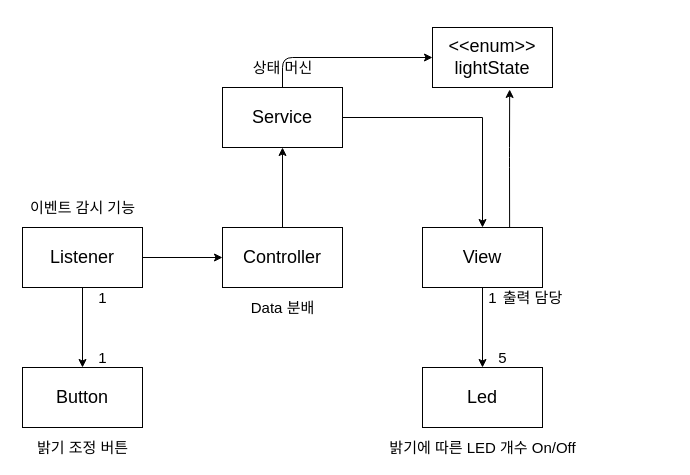
The draw.io diagram page "페이지-1" (1 of 2) of sw_design/architecture.drawio in KangSY96/StandLight_Clock, before the edit. Source tidied: cells renumbered, new cells numbered last; positions are measured from the earlier drawing's top-left corner, leaving out a move shared by most shapes. Both pictures are drawn from the tidied source at 100%, with x=0, y=0 at pixel (17, 27).
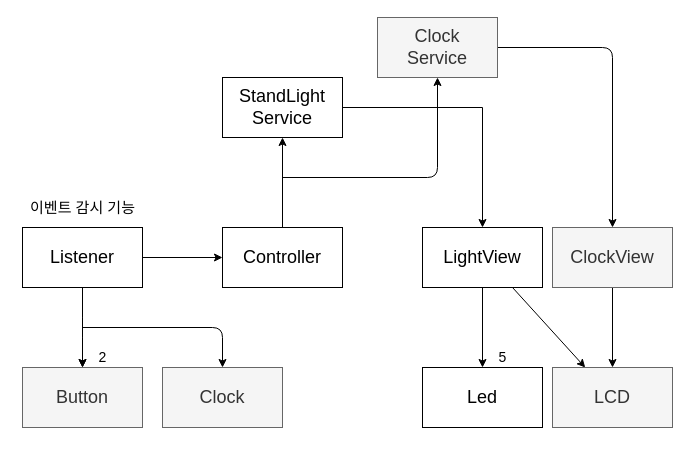
The same page after the edit.

Unchanged cells that the change refers to:
```xml
<mxCell id="5" value="Listener" style="whiteSpace=wrap;html=1;fontSize=18;" parent="1" vertex="1">
  <mxGeometry x="5" y="200" width="120" height="60" as="geometry" />
</mxCell>
```

What changed in the source:
```diff
@@
-    <mxCell id="2" value="Button" style="whiteSpace=wrap;html=1;fontSize=18;" parent="1" vertex="1">
+    <mxCell id="2" value="Button" style="whiteSpace=wrap;html=1;fontSize=18;fillColor=#f5f5f5;fontColor=#333333;strokeColor=#666666;" parent="1" vertex="1">
       <mxGeometry x="5" y="340" width="120" height="60" as="geometry" />
     </mxCell>
     <mxCell id="3" style="edgeStyle=none;html=1;fontSize=18;" parent="1" edge="1" source="5" target="2">
-      <mxGeometry relative="1" as="geometry" />
+      <mxGeometry relative="1" as="geometry">
+        <Array as="points">
+          <mxPoint x="65" y="300" />
+        </Array>
+      </mxGeometry>
     </mxCell>
@@
+    <mxCell id="26" style="edgeStyle=none;html=1;entryX=0.5;entryY=1;entryDx=0;entryDy=0;" parent="1" edge="1" target="25">
+      <mxGeometry relative="1" as="geometry">
+        <mxPoint x="265" y="150" as="sourcePoint" />
+        <Array as="points">
+          <mxPoint x="420" y="150" />
+        </Array>
+      </mxGeometry>
+    </mxCell>
@@
+    <mxCell id="27" style="edgeStyle=none;html=1;exitX=0.75;exitY=1;exitDx=0;exitDy=0;" parent="1" edge="1" source="9" target="31">
+      <mxGeometry relative="1" as="geometry" />
+    </mxCell>
-    <mxCell id="9" value="View" style="whiteSpace=wrap;html=1;fontSize=18;" parent="1" vertex="1">
+    <mxCell id="9" value="LightView" style="whiteSpace=wrap;html=1;fontSize=18;" parent="1" vertex="1">
       <mxGeometry x="405" y="200" width="120" height="60" as="geometry" />
     </mxCell>
@@
-    <mxCell id="12" value="Service" style="whiteSpace=wrap;html=1;fontSize=18;" parent="1" vertex="1">
-      <mxGeometry x="205" y="60" width="120" height="60" as="geometry" />
+    <mxCell id="12" value="StandLight&lt;br&gt;Service" style="whiteSpace=wrap;html=1;fontSize=18;" parent="1" vertex="1">
+      <mxGeometry x="205" y="50" width="120" height="60" as="geometry" />
     </mxCell>
@@
-    <mxCell id="14" value="Data 분배" style="text;html=1;align=center;verticalAlign=middle;fillColor=none;strokeColor=none;rounded=0;fontSize=15;" parent="1" vertex="1">
-      <mxGeometry x="225" y="270" width="80" height="20" as="geometry" />
-    </mxCell>
-    <mxCell id="15" value="출력 담당" style="text;html=1;align=center;verticalAlign=middle;fillColor=none;strokeColor=none;rounded=0;fontSize=15;" parent="1" vertex="1">
-      <mxGeometry x="475" y="260" width="80" height="20" as="geometry" />
-    </mxCell>
-    <mxCell id="16" value="밝기 조정 버튼" style="text;html=1;align=center;verticalAlign=middle;fillColor=none;strokeColor=none;rounded=0;fontSize=15;" parent="1" vertex="1">
-      <mxGeometry x="10" y="410" width="110" height="20" as="geometry" />
-    </mxCell>
-    <mxCell id="17" value="밝기에 따른 LED 개수 On/Off" style="text;html=1;align=center;verticalAlign=middle;fillColor=none;strokeColor=none;rounded=0;fontSize=15;" parent="1" vertex="1">
-      <mxGeometry x="360" y="410" width="210" height="20" as="geometry" />
-    </mxCell>
-    <mxCell id="18" value="1" style="text;html=1;align=center;verticalAlign=middle;fillColor=none;strokeColor=none;rounded=0;fontSize=15;" parent="1" vertex="1">
-      <mxGeometry x="75" y="320" width="20" height="20" as="geometry" />
-    </mxCell>
-    <mxCell id="19" value="1" style="text;html=1;align=center;verticalAlign=middle;fillColor=none;strokeColor=none;rounded=0;fontSize=15;" parent="1" vertex="1">
-      <mxGeometry x="75" y="260" width="20" height="20" as="geometry" />
-    </mxCell>
+    <mxCell id="28" style="edgeStyle=none;html=1;exitX=1;exitY=0.5;exitDx=0;exitDy=0;entryX=0.5;entryY=0;entryDx=0;entryDy=0;" parent="1" edge="1" source="25" target="30">
+      <mxGeometry relative="1" as="geometry">
+        <Array as="points">
+          <mxPoint x="595" y="20" />
+        </Array>
+      </mxGeometry>
+    </mxCell>
+    <mxCell id="25" value="Clock&lt;br&gt;Service" style="whiteSpace=wrap;html=1;fontSize=18;fillColor=#f5f5f5;fontColor=#333333;strokeColor=#666666;" parent="1" vertex="1">
+      <mxGeometry x="360" y="-10" width="120" height="60" as="geometry" />
+    </mxCell>
+    <mxCell id="29" style="edgeStyle=none;html=1;exitX=0.5;exitY=1;exitDx=0;exitDy=0;entryX=0.5;entryY=0;entryDx=0;entryDy=0;" parent="1" edge="1" source="30" target="31">
+      <mxGeometry relative="1" as="geometry" />
+    </mxCell>
+    <mxCell id="30" value="ClockView" style="whiteSpace=wrap;html=1;fontSize=18;fillColor=#f5f5f5;fontColor=#333333;strokeColor=#666666;" parent="1" vertex="1">
+      <mxGeometry x="535" y="200" width="120" height="60" as="geometry" />
+    </mxCell>
+    <mxCell id="31" value="LCD" style="whiteSpace=wrap;html=1;fontSize=18;fillColor=#f5f5f5;fontColor=#333333;strokeColor=#666666;" parent="1" vertex="1">
+      <mxGeometry x="535" y="340" width="120" height="60" as="geometry" />
+    </mxCell>
+    <mxCell id="32" value="&lt;font style=&quot;font-size: 14px&quot;&gt;2&lt;/font&gt;" style="text;html=1;align=center;verticalAlign=middle;fillColor=none;strokeColor=none;rounded=0;" parent="1" vertex="1">
+      <mxGeometry x="75" y="320" width="20" height="20" as="geometry" />
+    </mxCell>
-    <mxCell id="20" value="5" style="text;html=1;align=center;verticalAlign=middle;fillColor=none;strokeColor=none;rounded=0;fontSize=15;" parent="1" vertex="1">
+    <mxCell id="20" value="&lt;font style=&quot;font-size: 14px&quot;&gt;5&lt;/font&gt;" style="text;html=1;align=center;verticalAlign=middle;fillColor=none;strokeColor=none;rounded=0;" parent="1" vertex="1">
       <mxGeometry x="475" y="320" width="20" height="20" as="geometry" />
     </mxCell>
-    <mxCell id="21" value="1" style="text;html=1;align=center;verticalAlign=middle;fillColor=none;strokeColor=none;rounded=0;fontSize=15;" parent="1" vertex="1">
-      <mxGeometry x="465" y="260" width="20" height="20" as="geometry" />
-    </mxCell>
-    <mxCell id="22" value="상태 머신" style="text;html=1;align=center;verticalAlign=middle;fillColor=none;strokeColor=none;rounded=0;fontSize=15;" parent="1" vertex="1">
-      <mxGeometry x="225" y="30" width="80" height="20" as="geometry" />
-    </mxCell>
-    <mxCell id="23" value="&amp;lt;&amp;lt;enum&amp;gt;&amp;gt;&lt;br&gt;lightState" style="whiteSpace=wrap;html=1;fontSize=18;" parent="1" vertex="1">
-      <mxGeometry x="415" width="120" height="60" as="geometry" />
-    </mxCell>
-    <mxCell id="24" style="endArrow=classic;html=1;fontSize=15;exitX=0.5;exitY=0;exitDx=0;exitDy=0;entryX=0;entryY=0.5;entryDx=0;entryDy=0;" parent="1" edge="1" source="12" target="23">
-      <mxGeometry relative="1" as="geometry">
-        <Array as="points">
-          <mxPoint x="265" y="30" />
-        </Array>
-      </mxGeometry>
-    </mxCell>
-    <mxCell id="25" style="endArrow=classic;html=1;fontSize=15;entryX=0.643;entryY=1.033;entryDx=0;entryDy=0;entryPerimeter=0;exitX=0.726;exitY=0;exitDx=0;exitDy=0;exitPerimeter=0;" parent="1" edge="1" source="9" target="23">
-      <mxGeometry relative="1" as="geometry">
-        <Array as="points">
-          <mxPoint x="492" y="130" />
-        </Array>
-      </mxGeometry>
-    </mxCell>
+    <mxCell id="33" value="Clock" style="whiteSpace=wrap;html=1;fontSize=18;fillColor=#f5f5f5;fontColor=#333333;strokeColor=#666666;" parent="1" vertex="1">
+      <mxGeometry x="145" y="340" width="120" height="60" as="geometry" />
+    </mxCell>
+    <mxCell id="34" style="edgeStyle=none;html=1;fontSize=18;" parent="1" edge="1" source="5" target="2">
+      <mxGeometry relative="1" as="geometry">
+        <Array as="points">
+          <mxPoint x="65" y="300" />
+        </Array>
+      </mxGeometry>
+    </mxCell>
+    <mxCell id="35" style="endArrow=classic;html=1;fontSize=14;entryX=0.5;entryY=0;entryDx=0;entryDy=0;" parent="1" edge="1" target="33">
+      <mxGeometry relative="1" as="geometry">
+        <mxPoint x="65" y="300" as="sourcePoint" />
+        <Array as="points">
+          <mxPoint x="205" y="300" />
+        </Array>
+      </mxGeometry>
+    </mxCell>
```
